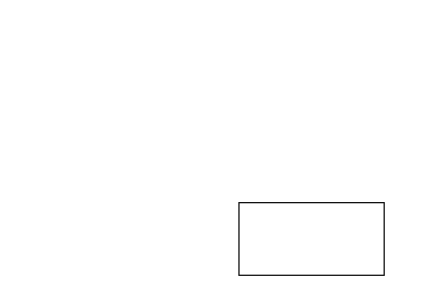
Before: 未命名绘图.drawio in LuoShanHui/testDemo, a draw.io diagram. Source tidied: cells renumbered, new cells numbered last; positions are measured from the earlier drawing's top-left corner, leaving out a move shared by most shapes. Both pictures are drawn from the tidied source at 121%, with x=0, y=0 at pixel (238, 202).
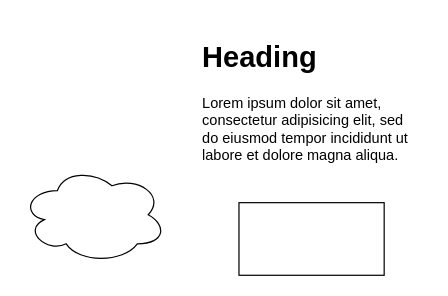
After the change.

Commit message (it also covers changes not shown here):
更新未命名绘图.drawio

Change to the diagram source:
```diff
@@
 <mxGraphModel>
   <root>
     <mxCell id="0" />
     <mxCell id="1" parent="0" />
     <mxCell id="2" style="rounded=0;whiteSpace=wrap;html=1;" parent="1" vertex="1">
       <mxGeometry width="120" height="60" as="geometry" />
     </mxCell>
+    <mxCell id="3" value="&lt;h1&gt;Heading&lt;/h1&gt;&lt;p&gt;Lorem ipsum dolor sit amet, consectetur adipisicing elit, sed do eiusmod tempor incididunt ut labore et dolore magna aliqua.&lt;/p&gt;" style="text;html=1;strokeColor=none;fillColor=none;spacing=5;spacingTop=-20;whiteSpace=wrap;overflow=hidden;rounded=0;" parent="1" vertex="1">
+      <mxGeometry x="-35" y="-140" width="190" height="120" as="geometry" />
+    </mxCell>
+    <mxCell id="4" style="ellipse;shape=cloud;whiteSpace=wrap;html=1;" parent="1" vertex="1">
+      <mxGeometry x="-180" y="-30" width="120" height="80" as="geometry" />
+    </mxCell>
   </root>
 </mxGraphModel>
```
